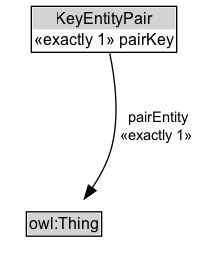
Above: docs/diagrams/KeyEntityPair.dot.png in k-vaughn/ontology-import-prov (Graphviz), before the change. Its source is kept beside it as docs/diagrams/KeyEntityPair.dot.
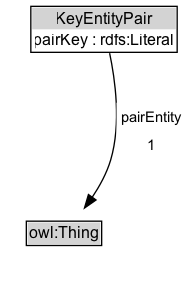
The same diagram one commit later.

Change to the diagram source:
```diff
@@ -2,17 +2,20 @@
 	graph [overlap=false rankdir=TB splines=true]
 	node [fontname=Arial fontsize=12 margin=0 shape=none]
 	edge [fontname=Arial fontsize=11]
-	KeyEntityPair [label=<<TABLE BORDER="1" CELLBORDER="0" CELLSPACING="0" CELLPADDING="1"><TR><TD BGCOLOR="lightgray" ALIGN="CENTER">KeyEntityPair</TD></TR><TR><TD ALIGN="LEFT">«exactly 1» pairKey</TD></TR></TABLE>> URL="../KeyEntityPair" margin=0]
+	{
+		rank=source
+	}
+	KeyEntityPair [label=<<TABLE BORDER="1" CELLBORDER="0" CELLSPACING="0" CELLPADDING="1"><TR><TD BGCOLOR="lightgray" ALIGN="CENTER">KeyEntityPair</TD></TR><TR><TD ALIGN="LEFT">pairKey : rdfs:Literal</TD></TR></TABLE>> URL="../KeyEntityPair" margin=0]
 	{
 		rank=max
 	}
 	subgraph cluster_associated {
 		label="" style=invis
 		Invis [label=<<TABLE BORDER="0" CELLBORDER="0" CELLSPACING="0" CELLPADDING="1"><TR><TD></TD></TR></TABLE>> margin=0 style=invis]
-		owl_Thing [label=<<TABLE BORDER="1" CELLBORDER="0" CELLSPACING="0" CELLPADDING="1"><TR><TD BGCOLOR="lightgray" ALIGN="CENTER">owl:Thing</TD></TR></TABLE>> URL="https://w3id.org/citydata/imported/owl/Thing" margin=0]
+		owl_Thing [label=<<TABLE BORDER="1" CELLBORDER="0" CELLSPACING="0" CELLPADDING="1"><TR><TD BGCOLOR="lightgray" ALIGN="CENTER">owl:Thing</TD></TR></TABLE>> URL="https://w3id.org/citydata/imported/owl/latest/Thing" margin=0]
 	}
 	KeyEntityPair -> Invis [style=invis]
 	Invis -> owl_Thing [style=invis]
-	KeyEntityPair -> owl_Thing [label=" pairEntity
- «exactly 1»  " arrowhead=normal style=solid]
+	owl_Thing [label=<<TABLE BORDER="1" CELLBORDER="0" CELLSPACING="0" CELLPADDING="1"><TR><TD BGCOLOR="lightgray" ALIGN="CENTER">owl:Thing</TD></TR></TABLE>> URL="https://w3id.org/citydata/imported/owl/latest/Thing" margin=0]
+	KeyEntityPair -> owl_Thing [label=<<TABLE BORDER="0" CELLBORDER="0" CELLSPACING="0" CELLPADDING="4" BGCOLOR="white"><TR><TD ALIGN="CENTER">pairEntity</TD></TR><TR><TD ALIGN="CENTER">1</TD></TR></TABLE>> arrowhead=normal style=solid]
 }
```
